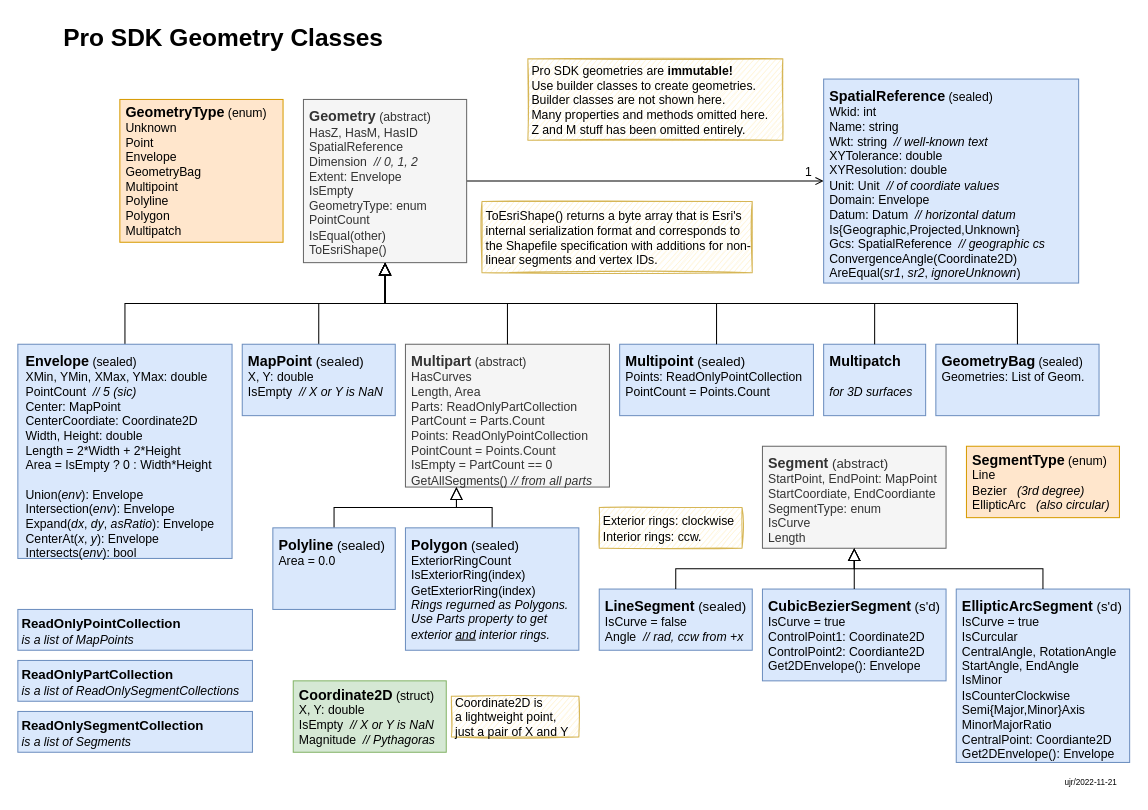
ProSuite/ProSuite keeps this draw.io diagram as page "Geometry" (1 of 3) of doc/ProSDK/GeometryClasses.drawio. Above is the earlier version. Source tidied: cells renumbered, new cells numbered last; positions are measured from the earlier drawing's top-left corner, leaving out a move shared by most shapes. Both pictures are drawn from the tidied source at 102%, with x=0, y=0 at pixel (17, 17).
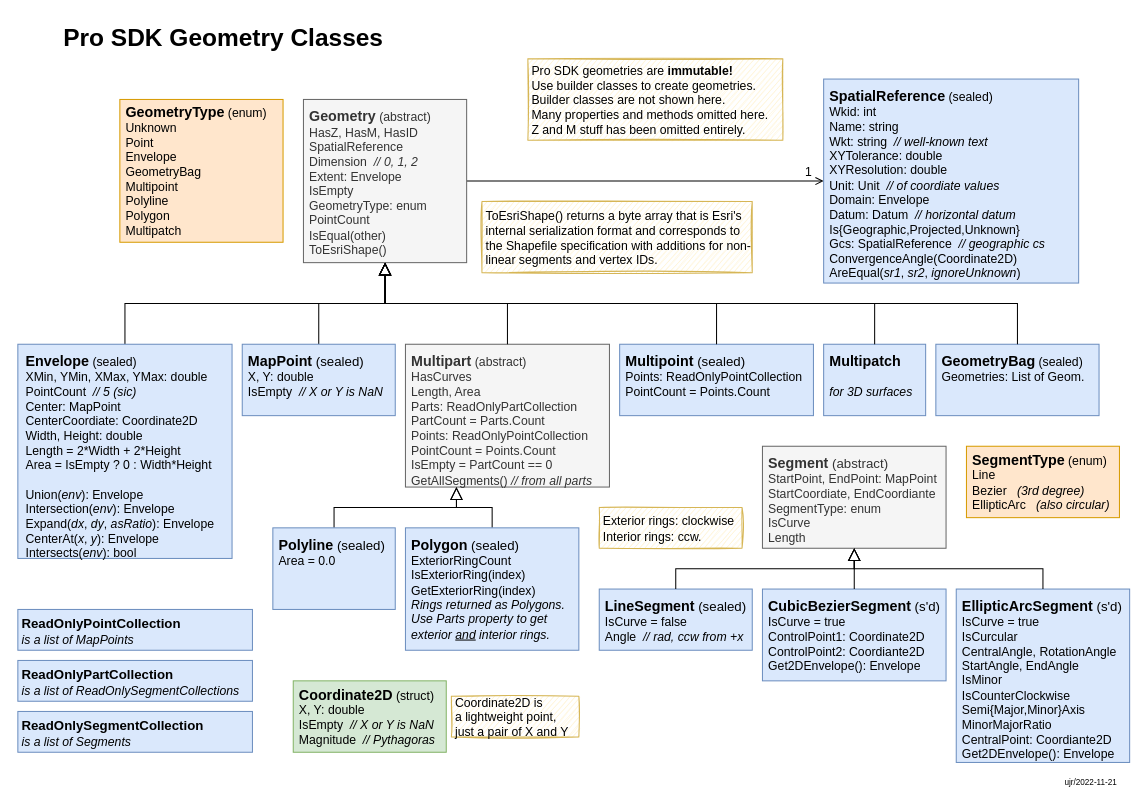
The same diagram, later.

Commit message:
Fix typo, move label in place

What changed in the source:
```diff
@@
-    <mxCell id="29" value="&lt;font&gt;&lt;b&gt;&lt;font style=&quot;font-size: 14px&quot;&gt;Polygon&lt;/font&gt;&lt;/b&gt;&lt;span style=&quot;font-size: 13px&quot;&gt; (sealed)&lt;/span&gt;&lt;/font&gt;&lt;br&gt;ExteriorRingCount&lt;br&gt;IsExteriorRing(index)&lt;br&gt;GetExteriorRing(index)&lt;br&gt;&lt;i&gt;Rings regurned as Polygons.&lt;br&gt;Use Parts property to get exterior &lt;u&gt;and&lt;/u&gt; interior rings.&lt;/i&gt;" style="text;html=1;strokeColor=#6c8ebf;fillColor=#dae8fc;align=left;verticalAlign=top;whiteSpace=wrap;rounded=0;fontSize=12;spacingLeft=4;spacingTop=2;" parent="1" vertex="1">
+    <mxCell id="29" value="&lt;font&gt;&lt;b&gt;&lt;font style=&quot;font-size: 14px&quot;&gt;Polygon&lt;/font&gt;&lt;/b&gt;&lt;span style=&quot;font-size: 13px&quot;&gt; (sealed)&lt;/span&gt;&lt;/font&gt;&lt;br&gt;ExteriorRingCount&lt;br&gt;IsExteriorRing(index)&lt;br&gt;GetExteriorRing(index)&lt;br&gt;&lt;i&gt;Rings returned as Polygons.&lt;br&gt;Use Parts property to get exterior &lt;u&gt;and&lt;/u&gt; interior rings.&lt;/i&gt;" style="text;html=1;strokeColor=#6c8ebf;fillColor=#dae8fc;align=left;verticalAlign=top;whiteSpace=wrap;rounded=0;fontSize=12;spacingLeft=4;spacingTop=2;" parent="1" vertex="1">
       <mxGeometry x="380" y="500" width="170" height="120" as="geometry" />
     </mxCell>
```
